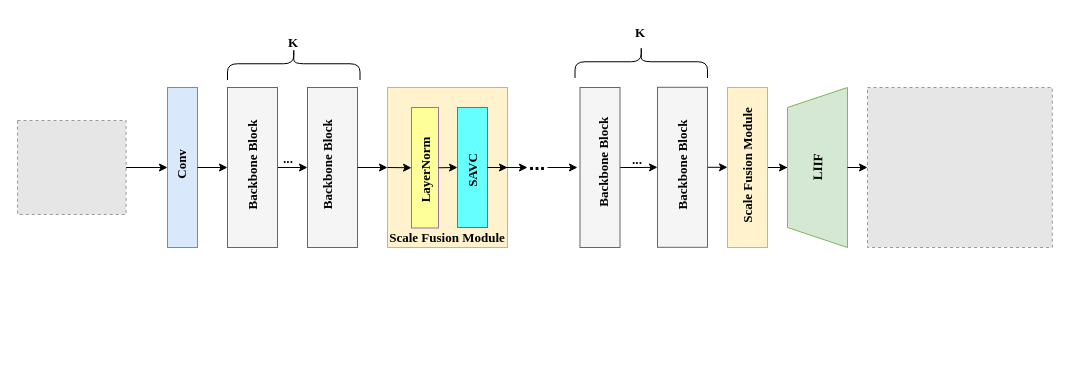
gao131/nlp-beginner keeps this draw.io diagram as 可变形卷积整体模型.drawio. Above is the earlier version. Source tidied: cells renumbered, new cells numbered last; positions are measured from the earlier drawing's top-left corner, leaving out a move shared by most shapes. Both pictures are drawn from the tidied source at 100%, with x=0, y=0 at pixel (17, -5). Pictures stored in the file or linked from it are replaced by grey dashed boxes.
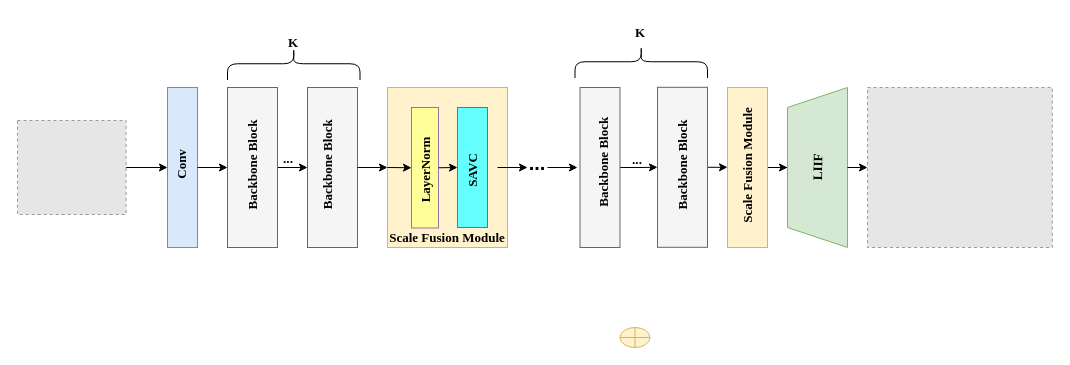
After the change.

Commit message (it also covers changes not shown here):
更新可变形卷积整体模型.drawio

The change refers to these unchanged cells:
```xml
<mxCell id="13" style="rounded=0;whiteSpace=wrap;html=1;fillColor=#fff2cc;strokeColor=#d6b656;" parent="1" vertex="1">
  <mxGeometry x="370" y="92" width="120" height="160" as="geometry" />
</mxCell>
<mxCell id="15" style="rounded=0;whiteSpace=wrap;html=1;fillColor=#66FFFF;strokeColor=#b85450;gradientColor=none;" parent="1" vertex="1">
  <mxGeometry x="440" y="112" width="30" height="120" as="geometry" />
</mxCell>
```

Diff of the diagram source:
```diff
@@
-    <mxCell id="19" style="endArrow=classic;html=1;rounded=0;exitX=1;exitY=0.5;exitDx=0;exitDy=0;entryX=1;entryY=0.5;entryDx=0;entryDy=0;" parent="1" edge="1" source="15" target="13">
-      <mxGeometry relative="1" as="geometry" />
-    </mxCell>
@@
+    <mxCell id="44" style="shape=orEllipse;perimeter=ellipsePerimeter;whiteSpace=wrap;html=1;backgroundOutline=1;fillColor=#fff2cc;strokeColor=#d6b656;" parent="1" vertex="1">
+      <mxGeometry x="602.5" y="332" width="30" height="20" as="geometry" />
+    </mxCell>
```
